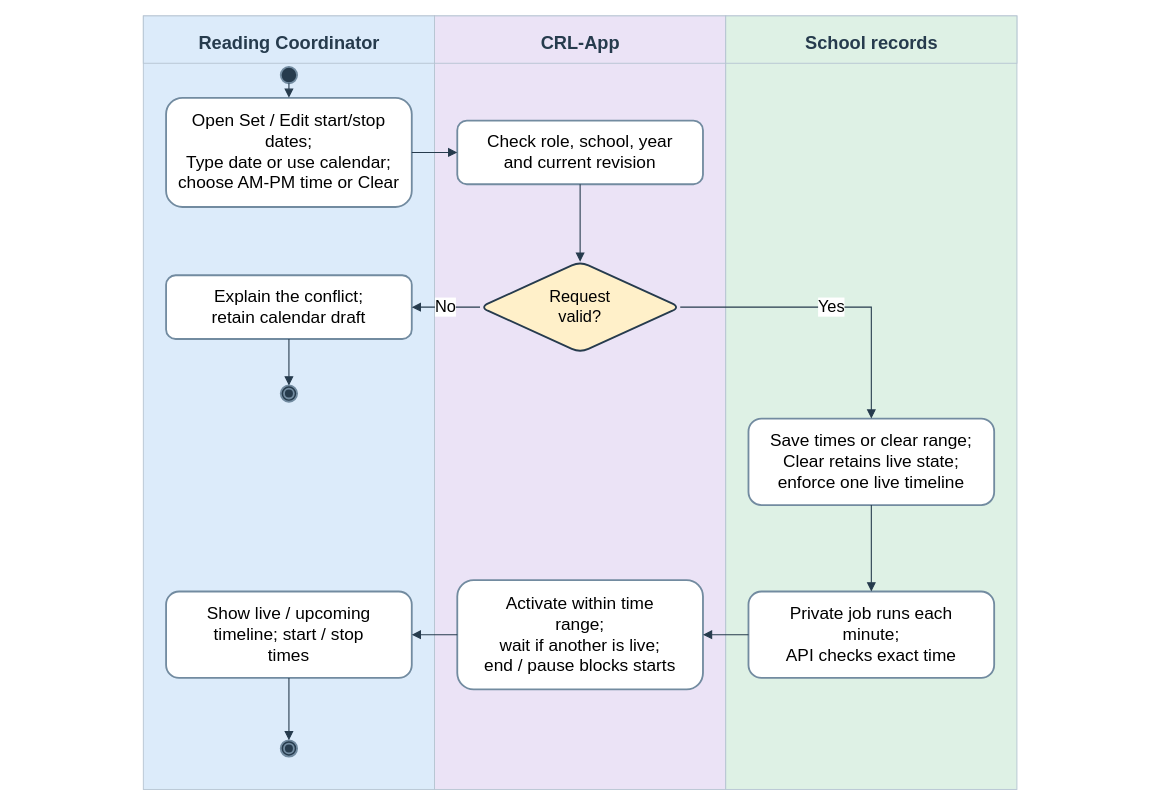
This is docs/diagrams/class-workspaces/figure-15e-timeline-scheduling.drawio from AkuSayangKamuJudaSayang/crl-app, a draw.io file, before an edit. Source tidied: cells renumbered, new cells numbered last; positions are measured from the earlier drawing's top-left corner, leaving out a move shared by most shapes. Both pictures are drawn from the tidied source at 91%, with x=0, y=0 at pixel (15, 15).
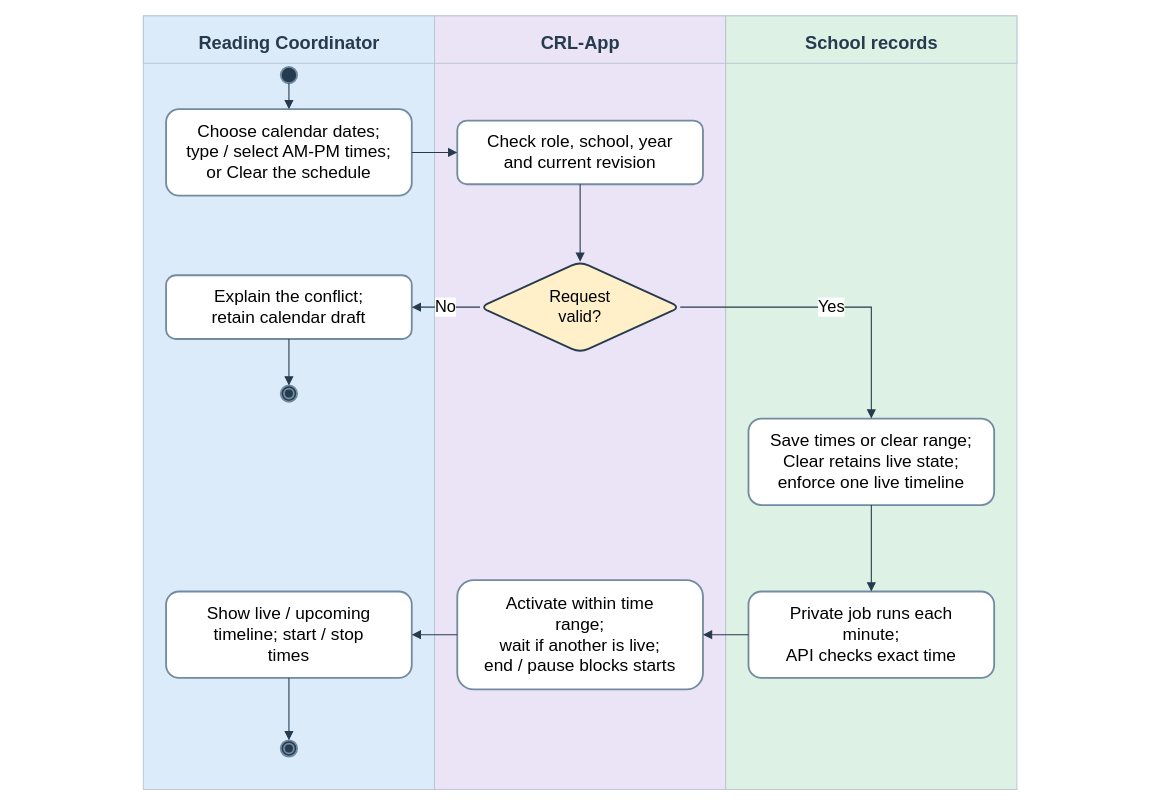
The same page after the edit.

What changed in the source:
```diff
@@
-    <mxCell id="12" value="Open Set / Edit start/stop&lt;br&gt;dates;&lt;br&gt;Type date or use calendar;&lt;br&gt;choose AM-PM time or Clear" style="rounded=1;whiteSpace=wrap;html=1;fontFamily=Arial;fillColor=#ffffff;strokeColor=#728ba0;strokeWidth=2;fontSize=19;" parent="1" vertex="1">
-      <mxGeometry x="165" y="90" width="270" height="120" as="geometry" />
+    <mxCell id="12" value="Choose calendar dates;&lt;br&gt;type / select AM-PM times;&lt;br&gt;or Clear the schedule" style="rounded=1;whiteSpace=wrap;html=1;fontFamily=Arial;fillColor=#ffffff;strokeColor=#728ba0;strokeWidth=2;fontSize=19;" parent="1" vertex="1">
+      <mxGeometry x="165" y="102.5" width="270" height="95" as="geometry" />
     </mxCell>
```
